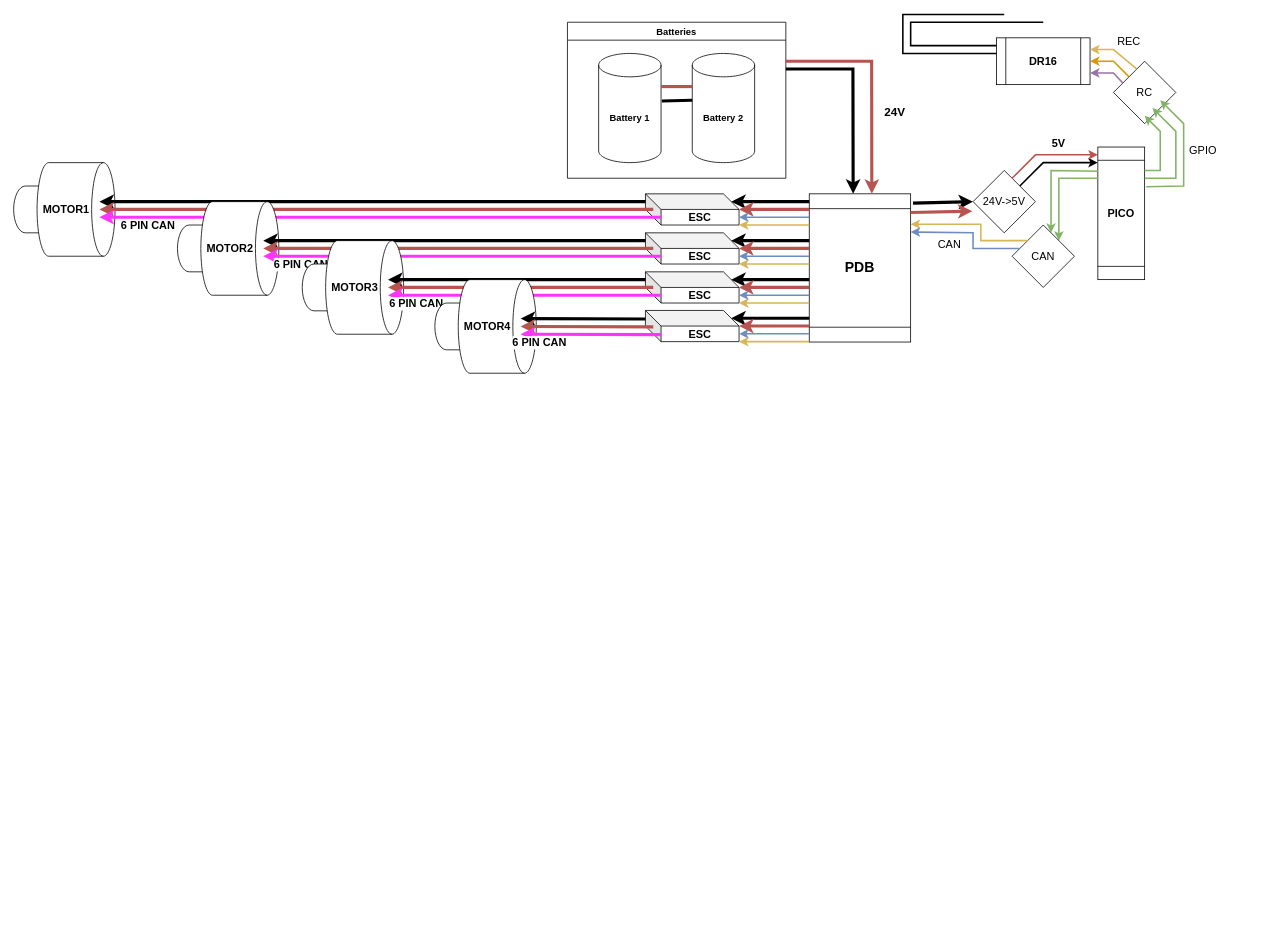
Earlier version of the draw.io diagram images/Untitled Diagram.drawio (JHeflinger/RM-SOFTWARE-TUTORIAL). Source tidied: cells renumbered, new cells numbered last; positions are measured from the earlier drawing's top-left corner, leaving out a move shared by most shapes. Both pictures are drawn from the tidied source at 78%, with x=0, y=0 at pixel (13, 14).
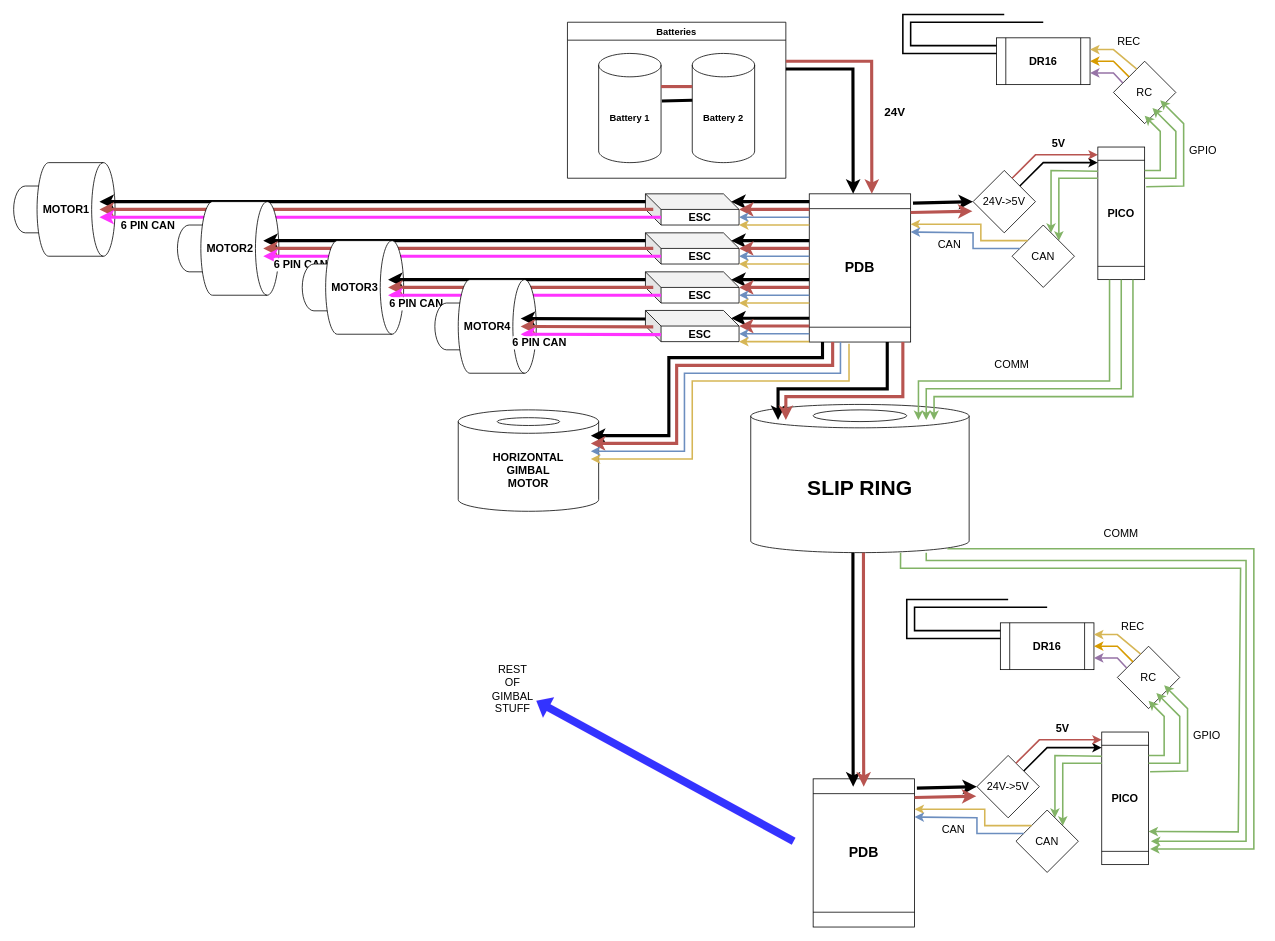
The same diagram, later.

The change refers to these unchanged cells:
```xml
<mxCell id="7" value="&lt;font style=&quot;font-size: 18px;&quot;&gt;&lt;b&gt;PDB&lt;/b&gt;&lt;/font&gt;" style="shape=process;whiteSpace=wrap;html=1;backgroundOutline=1;direction=south;" parent="1" vertex="1">
  <mxGeometry x="1020" y="230" width="130" height="190" as="geometry" />
</mxCell>
<mxCell id="17" value="&lt;b&gt;PICO&lt;/b&gt;" style="shape=process;whiteSpace=wrap;html=1;backgroundOutline=1;fontSize=14;direction=south;" parent="1" vertex="1">
  <mxGeometry x="1390" y="170" width="60" height="170" as="geometry" />
</mxCell>
```

What changed in the source:
```diff
@@
+    <mxCell id="80" value="&lt;div&gt;&lt;b&gt;HORIZONTAL&lt;/b&gt;&lt;/div&gt;&lt;div&gt;&lt;b&gt;GIMBAL&lt;/b&gt;&lt;/div&gt;&lt;div&gt;&lt;b&gt;MOTOR&lt;br&gt;&lt;/b&gt;&lt;/div&gt;" style="shape=cylinder3;whiteSpace=wrap;html=1;boundedLbl=1;backgroundOutline=1;size=15;fontSize=14;" parent="1" vertex="1">
+      <mxGeometry x="570" y="507" width="180" height="130" as="geometry" />
+    </mxCell>
+    <mxCell id="81" style="ellipse;whiteSpace=wrap;html=1;fontSize=14;" parent="1" vertex="1">
+      <mxGeometry x="620" y="517" width="80" height="10" as="geometry" />
+    </mxCell>
@@
+    <mxCell id="82" value="&lt;font style=&quot;font-size: 27px;&quot;&gt;&lt;b&gt;SLIP RING&lt;/b&gt;&lt;/font&gt;" style="shape=cylinder3;whiteSpace=wrap;html=1;boundedLbl=1;backgroundOutline=1;size=15;fontSize=14;" parent="1" vertex="1">
+      <mxGeometry x="945" y="500" width="280" height="190" as="geometry" />
+    </mxCell>
+    <mxCell id="83" style="ellipse;whiteSpace=wrap;html=1;fontSize=27;" parent="1" vertex="1">
+      <mxGeometry x="1025" y="507" width="120" height="15" as="geometry" />
+    </mxCell>
+    <mxCell id="84" style="endArrow=classic;html=1;rounded=0;fontSize=14;strokeWidth=4;" parent="1" edge="1">
+      <mxGeometry relative="1" as="geometry">
+        <mxPoint x="1120" y="420" as="sourcePoint" />
+        <mxPoint x="980" y="520" as="targetPoint" />
+        <Array as="points">
+          <mxPoint x="1120" y="480" />
+          <mxPoint x="980" y="480" />
+        </Array>
+      </mxGeometry>
+    </mxCell>
+    <mxCell id="85" style="endArrow=classic;html=1;rounded=0;fontSize=14;strokeWidth=4;fillColor=#f8cecc;strokeColor=#b85450;" parent="1" edge="1">
+      <mxGeometry relative="1" as="geometry">
+        <mxPoint x="1140" y="420" as="sourcePoint" />
+        <mxPoint x="990" y="520" as="targetPoint" />
+        <Array as="points">
+          <mxPoint x="1140" y="490" />
+          <mxPoint x="990" y="490" />
+        </Array>
+      </mxGeometry>
+    </mxCell>
+    <mxCell id="86" style="endArrow=classic;html=1;rounded=0;fontSize=14;endSize=6;strokeWidth=2;jumpSize=6;fillColor=#d5e8d4;strokeColor=#82b366;exitX=1;exitY=0.75;exitDx=0;exitDy=0;" parent="1" edge="1" source="17">
+      <mxGeometry relative="1" as="geometry">
+        <mxPoint x="1160" y="520" as="targetPoint" />
+        <Array as="points">
+          <mxPoint x="1405" y="470" />
+          <mxPoint x="1160" y="470" />
+        </Array>
+      </mxGeometry>
+    </mxCell>
+    <mxCell id="87" style="endArrow=classic;html=1;rounded=0;fontSize=14;endSize=6;strokeWidth=2;jumpSize=6;fillColor=#d5e8d4;strokeColor=#82b366;exitX=1;exitY=0.5;exitDx=0;exitDy=0;" parent="1" edge="1" source="17">
+      <mxGeometry relative="1" as="geometry">
+        <mxPoint x="1170" y="520" as="targetPoint" />
+        <Array as="points">
+          <mxPoint x="1420" y="480" />
+          <mxPoint x="1170" y="480" />
+        </Array>
+      </mxGeometry>
+    </mxCell>
+    <mxCell id="88" style="endArrow=classic;html=1;rounded=0;fontSize=14;endSize=6;strokeWidth=2;jumpSize=6;fillColor=#d5e8d4;strokeColor=#82b366;exitX=1;exitY=0.25;exitDx=0;exitDy=0;" parent="1" edge="1" source="17">
+      <mxGeometry relative="1" as="geometry">
+        <mxPoint x="1180" y="520" as="targetPoint" />
+        <Array as="points">
+          <mxPoint x="1435" y="490" />
+          <mxPoint x="1180" y="490" />
+        </Array>
+      </mxGeometry>
+    </mxCell>
+    <mxCell id="89" value="&lt;font style=&quot;font-size: 14px;&quot;&gt;COMM&lt;/font&gt;" style="text;html=1;strokeColor=none;fillColor=none;align=center;verticalAlign=middle;whiteSpace=wrap;rounded=0;fontSize=27;" parent="1" vertex="1">
+      <mxGeometry x="1250" y="430" width="60" height="30" as="geometry" />
+    </mxCell>
+    <mxCell id="90" value="&lt;font style=&quot;font-size: 18px;&quot;&gt;&lt;b&gt;PDB&lt;/b&gt;&lt;/font&gt;" style="shape=process;whiteSpace=wrap;html=1;backgroundOutline=1;direction=south;" parent="1" vertex="1">
+      <mxGeometry x="1025" y="980" width="130" height="190" as="geometry" />
+    </mxCell>
+    <mxCell id="91" style="endArrow=classic;html=1;rounded=0;fontSize=14;strokeWidth=4;exitX=0.063;exitY=-0.023;exitDx=0;exitDy=0;exitPerimeter=0;" parent="1" edge="1" source="90">
+      <mxGeometry relative="1" as="geometry">
+        <mxPoint x="1235" y="990" as="targetPoint" />
+      </mxGeometry>
+    </mxCell>
+    <mxCell id="92" style="endArrow=classic;html=1;rounded=0;fontSize=14;strokeWidth=4;entryX=0;entryY=0.25;entryDx=0;entryDy=0;fillColor=#f8cecc;strokeColor=#b85450;exitX=0.126;exitY=0;exitDx=0;exitDy=0;exitPerimeter=0;" parent="1" edge="1" source="90">
+      <mxGeometry relative="1" as="geometry">
+        <mxPoint x="1234.2" y="1002.2" as="targetPoint" />
+      </mxGeometry>
+    </mxCell>
+    <mxCell id="93" value="24V-&amp;gt;5V" style="rhombus;whiteSpace=wrap;html=1;fontSize=14;" parent="1" vertex="1">
+      <mxGeometry x="1235" y="950" width="80" height="80" as="geometry" />
+    </mxCell>
+    <mxCell id="94" style="endArrow=classic;html=1;rounded=0;fontSize=14;strokeWidth=2;endSize=6;jumpSize=6;" parent="1" edge="1" source="93">
+      <mxGeometry relative="1" as="geometry">
+        <mxPoint x="1395" y="940" as="targetPoint" />
+        <Array as="points">
+          <mxPoint x="1325" y="940" />
+        </Array>
+      </mxGeometry>
+    </mxCell>
+    <mxCell id="95" style="endArrow=classic;html=1;rounded=0;fontSize=14;strokeWidth=2;endSize=6;jumpSize=6;fillColor=#f8cecc;strokeColor=#b85450;" parent="1" edge="1">
+      <mxGeometry relative="1" as="geometry">
+        <mxPoint x="1285" y="960" as="sourcePoint" />
+        <mxPoint x="1395" y="930" as="targetPoint" />
+        <Array as="points">
+          <mxPoint x="1315" y="930" />
+        </Array>
+      </mxGeometry>
+    </mxCell>
+    <mxCell id="96" value="&lt;b&gt;5V&lt;/b&gt;" style="text;html=1;strokeColor=none;fillColor=none;align=center;verticalAlign=middle;whiteSpace=wrap;rounded=0;fontSize=14;" parent="1" vertex="1">
+      <mxGeometry x="1315" y="900" width="60" height="30" as="geometry" />
+    </mxCell>
+    <mxCell id="97" value="&lt;b&gt;PICO&lt;/b&gt;" style="shape=process;whiteSpace=wrap;html=1;backgroundOutline=1;fontSize=14;direction=south;" parent="1" vertex="1">
+      <mxGeometry x="1395" y="920" width="60" height="170" as="geometry" />
+    </mxCell>
+    <mxCell id="98" style="endArrow=classic;html=1;rounded=0;fontSize=14;endSize=6;strokeWidth=2;jumpSize=6;exitX=0.182;exitY=1;exitDx=0;exitDy=0;exitPerimeter=0;fillColor=#d5e8d4;strokeColor=#82b366;" parent="1" edge="1" source="97">
+      <mxGeometry relative="1" as="geometry">
+        <mxPoint x="1335" y="1030" as="targetPoint" />
+        <Array as="points">
+          <mxPoint x="1335" y="950" />
+        </Array>
+      </mxGeometry>
+    </mxCell>
+    <mxCell id="99" style="endArrow=classic;html=1;rounded=0;fontSize=14;endSize=6;strokeWidth=2;jumpSize=6;fillColor=#d5e8d4;strokeColor=#82b366;" parent="1" edge="1">
+      <mxGeometry relative="1" as="geometry">
+        <mxPoint x="1395" y="960" as="sourcePoint" />
+        <mxPoint x="1345" y="1040" as="targetPoint" />
+        <Array as="points">
+          <mxPoint x="1345" y="960" />
+        </Array>
+      </mxGeometry>
+    </mxCell>
+    <mxCell id="100" value="CAN " style="rhombus;whiteSpace=wrap;html=1;fontSize=14;" parent="1" vertex="1">
+      <mxGeometry x="1285" y="1020" width="80" height="80" as="geometry" />
+    </mxCell>
+    <mxCell id="101" style="endArrow=classic;html=1;rounded=0;fontSize=14;endSize=6;strokeWidth=2;jumpSize=6;exitX=0;exitY=0;exitDx=0;exitDy=0;fillColor=#fff2cc;strokeColor=#d6b656;" parent="1" edge="1" source="100">
+      <mxGeometry relative="1" as="geometry">
+        <mxPoint x="1155" y="1019" as="targetPoint" />
+        <Array as="points">
+          <mxPoint x="1245" y="1040" />
+          <mxPoint x="1245" y="1019" />
+        </Array>
+      </mxGeometry>
+    </mxCell>
+    <mxCell id="102" style="endArrow=classic;html=1;rounded=0;fontSize=14;endSize=6;strokeWidth=2;jumpSize=6;fillColor=#dae8fc;strokeColor=#6c8ebf;" parent="1" edge="1">
+      <mxGeometry relative="1" as="geometry">
+        <mxPoint x="1295" y="1050" as="sourcePoint" />
+        <mxPoint x="1155" y="1029" as="targetPoint" />
+        <Array as="points">
+          <mxPoint x="1235" y="1050" />
+          <mxPoint x="1235" y="1030" />
+        </Array>
+      </mxGeometry>
+    </mxCell>
+    <mxCell id="103" value="RC" style="rhombus;whiteSpace=wrap;html=1;fontSize=14;" parent="1" vertex="1">
+      <mxGeometry x="1415" y="810" width="80" height="80" as="geometry" />
+    </mxCell>
+    <mxCell id="104" style="endArrow=classic;html=1;rounded=0;fontSize=14;endSize=6;strokeWidth=2;jumpSize=6;fillColor=#d5e8d4;strokeColor=#82b366;" parent="1" edge="1">
+      <mxGeometry relative="1" as="geometry">
+        <mxPoint x="1455" y="950" as="sourcePoint" />
+        <mxPoint x="1455" y="880" as="targetPoint" />
+        <Array as="points">
+          <mxPoint x="1475" y="950" />
+          <mxPoint x="1475" y="900" />
+        </Array>
+      </mxGeometry>
+    </mxCell>
+    <mxCell id="105" style="endArrow=classic;html=1;rounded=0;fontSize=14;endSize=6;strokeWidth=2;jumpSize=6;fillColor=#d5e8d4;strokeColor=#82b366;" parent="1" edge="1">
+      <mxGeometry relative="1" as="geometry">
+        <mxPoint x="1455" y="960" as="sourcePoint" />
+        <mxPoint x="1465" y="870" as="targetPoint" />
+        <Array as="points">
+          <mxPoint x="1495" y="960" />
+          <mxPoint x="1495" y="900" />
+        </Array>
+      </mxGeometry>
+    </mxCell>
+    <mxCell id="106" style="endArrow=classic;html=1;rounded=0;fontSize=14;endSize=6;strokeWidth=2;jumpSize=6;exitX=0.3;exitY=-0.033;exitDx=0;exitDy=0;exitPerimeter=0;fillColor=#d5e8d4;strokeColor=#82b366;" parent="1" edge="1" source="97">
+      <mxGeometry relative="1" as="geometry">
+        <mxPoint x="1475" y="860" as="targetPoint" />
+        <Array as="points">
+          <mxPoint x="1505" y="970" />
+          <mxPoint x="1505" y="890" />
+        </Array>
+      </mxGeometry>
+    </mxCell>
+    <mxCell id="107" value="&lt;b&gt;DR16&lt;/b&gt;" style="shape=process;whiteSpace=wrap;html=1;backgroundOutline=1;fontSize=14;" parent="1" vertex="1">
+      <mxGeometry x="1265" y="780" width="120" height="60" as="geometry" />
+    </mxCell>
+    <mxCell id="108" style="endArrow=none;html=1;rounded=0;fontSize=14;endSize=6;strokeWidth=2;jumpSize=6;" parent="1" edge="1">
+      <mxGeometry relative="1" as="geometry">
+        <mxPoint x="1325" y="760" as="sourcePoint" />
+        <mxPoint x="1265" y="790" as="targetPoint" />
+        <Array as="points">
+          <mxPoint x="1155" y="760" />
+          <mxPoint x="1155" y="790" />
+        </Array>
+      </mxGeometry>
+    </mxCell>
+    <mxCell id="109" style="endArrow=none;html=1;rounded=0;fontSize=14;endSize=6;strokeWidth=2;jumpSize=6;" parent="1" edge="1">
+      <mxGeometry relative="1" as="geometry">
+        <mxPoint x="1275" y="750" as="sourcePoint" />
+        <mxPoint x="1265" y="800" as="targetPoint" />
+        <Array as="points">
+          <mxPoint x="1145" y="750" />
+          <mxPoint x="1145" y="800" />
+        </Array>
+      </mxGeometry>
+    </mxCell>
+    <mxCell id="110" style="endArrow=classic;html=1;rounded=0;fontSize=14;endSize=6;strokeWidth=2;jumpSize=6;entryX=1;entryY=0.25;entryDx=0;entryDy=0;fillColor=#fff2cc;strokeColor=#d6b656;" parent="1" edge="1" target="107">
+      <mxGeometry relative="1" as="geometry">
+        <mxPoint x="1445" y="820" as="sourcePoint" />
+        <Array as="points">
+          <mxPoint x="1415" y="795" />
+        </Array>
+      </mxGeometry>
+    </mxCell>
+    <mxCell id="111" style="endArrow=classic;html=1;rounded=0;fontSize=14;endSize=6;strokeWidth=2;jumpSize=6;exitX=0;exitY=0;exitDx=0;exitDy=0;entryX=1;entryY=0.5;entryDx=0;entryDy=0;fillColor=#ffe6cc;strokeColor=#d79b00;" parent="1" edge="1" source="103" target="107">
+      <mxGeometry relative="1" as="geometry">
+        <Array as="points">
+          <mxPoint x="1415" y="810" />
+        </Array>
+      </mxGeometry>
+    </mxCell>
+    <mxCell id="112" style="endArrow=classic;html=1;rounded=0;fontSize=14;endSize=6;strokeWidth=2;jumpSize=6;exitX=0.15;exitY=0.35;exitDx=0;exitDy=0;exitPerimeter=0;entryX=1;entryY=0.75;entryDx=0;entryDy=0;fillColor=#e1d5e7;strokeColor=#9673a6;" parent="1" edge="1" source="103" target="107">
+      <mxGeometry relative="1" as="geometry">
+        <Array as="points">
+          <mxPoint x="1415" y="825" />
+        </Array>
+      </mxGeometry>
+    </mxCell>
+    <mxCell id="113" value="REC" style="text;html=1;strokeColor=none;fillColor=none;align=center;verticalAlign=middle;whiteSpace=wrap;rounded=0;fontSize=14;" parent="1" vertex="1">
+      <mxGeometry x="1405" y="770" width="60" height="30" as="geometry" />
+    </mxCell>
+    <mxCell id="114" value="CAN" style="text;html=1;strokeColor=none;fillColor=none;align=center;verticalAlign=middle;whiteSpace=wrap;rounded=0;fontSize=14;" parent="1" vertex="1">
+      <mxGeometry x="1175" y="1030" width="60" height="30" as="geometry" />
+    </mxCell>
+    <mxCell id="115" value="GPIO" style="text;html=1;strokeColor=none;fillColor=none;align=center;verticalAlign=middle;whiteSpace=wrap;rounded=0;fontSize=14;" parent="1" vertex="1">
+      <mxGeometry x="1500" y="910" width="60" height="30" as="geometry" />
+    </mxCell>
+    <mxCell id="116" style="endArrow=classic;html=1;rounded=0;fontSize=14;endSize=6;strokeWidth=4;jumpSize=6;entryX=0;entryY=0;entryDx=110;entryDy=10;entryPerimeter=0;" parent="1" edge="1">
+      <mxGeometry relative="1" as="geometry">
+        <mxPoint x="1037" y="420" as="sourcePoint" />
+        <mxPoint x="740" y="540" as="targetPoint" />
+        <Array as="points">
+          <mxPoint x="1037" y="440" />
+          <mxPoint x="840" y="440" />
+          <mxPoint x="840" y="540" />
+        </Array>
+      </mxGeometry>
+    </mxCell>
+    <mxCell id="117" style="endArrow=classic;html=1;rounded=0;fontSize=14;endSize=6;strokeWidth=4;jumpSize=6;fillColor=#f8cecc;strokeColor=#b85450;" parent="1" edge="1">
+      <mxGeometry relative="1" as="geometry">
+        <mxPoint x="1050" y="420" as="sourcePoint" />
+        <mxPoint x="740" y="550" as="targetPoint" />
+        <Array as="points">
+          <mxPoint x="1050" y="450" />
+          <mxPoint x="850" y="450" />
+          <mxPoint x="850" y="550" />
+        </Array>
+      </mxGeometry>
+    </mxCell>
+    <mxCell id="118" style="endArrow=classic;html=1;rounded=0;fontSize=14;endSize=6;strokeWidth=2;jumpSize=6;fillColor=#dae8fc;strokeColor=#6c8ebf;exitX=1;exitY=0.692;exitDx=0;exitDy=0;exitPerimeter=0;" parent="1" edge="1" source="7">
+      <mxGeometry relative="1" as="geometry">
+        <mxPoint x="740" y="560" as="targetPoint" />
+        <Array as="points">
+          <mxPoint x="1060" y="460" />
+          <mxPoint x="860" y="460" />
+          <mxPoint x="860" y="560" />
+        </Array>
+      </mxGeometry>
+    </mxCell>
+    <mxCell id="119" style="endArrow=classic;html=1;rounded=0;fontSize=14;endSize=6;strokeWidth=2;jumpSize=6;fillColor=#fff2cc;strokeColor=#d6b656;exitX=1.011;exitY=0.608;exitDx=0;exitDy=0;exitPerimeter=0;" parent="1" edge="1" source="7">
+      <mxGeometry relative="1" as="geometry">
+        <mxPoint x="740" y="570" as="targetPoint" />
+        <Array as="points">
+          <mxPoint x="1071" y="470" />
+          <mxPoint x="870" y="470" />
+          <mxPoint x="870" y="570" />
+        </Array>
+      </mxGeometry>
+    </mxCell>
+    <mxCell id="120" style="endArrow=classic;html=1;rounded=0;strokeWidth=4;entryX=0;entryY=0.567;entryDx=0;entryDy=0;entryPerimeter=0;" parent="1" edge="1">
+      <mxGeometry relative="1" as="geometry">
+        <mxPoint x="1076" y="690" as="sourcePoint" />
+        <mxPoint x="1076.3" y="990" as="targetPoint" />
+        <Array as="points">
+          <mxPoint x="1076" y="830" />
+        </Array>
+      </mxGeometry>
+    </mxCell>
+    <mxCell id="121" style="endArrow=classic;html=1;rounded=0;strokeWidth=4;entryX=0;entryY=0.567;entryDx=0;entryDy=0;entryPerimeter=0;fillColor=#f8cecc;strokeColor=#b85450;" parent="1" edge="1">
+      <mxGeometry relative="1" as="geometry">
+        <mxPoint x="1089.5" y="690" as="sourcePoint" />
+        <mxPoint x="1089.8" y="990" as="targetPoint" />
+        <Array as="points">
+          <mxPoint x="1089.5" y="830" />
+        </Array>
+      </mxGeometry>
+    </mxCell>
+    <mxCell id="122" style="endArrow=classic;html=1;rounded=0;fontSize=14;endSize=6;strokeWidth=2;jumpSize=6;fillColor=#d5e8d4;strokeColor=#82b366;exitX=0.9;exitY=0.974;exitDx=0;exitDy=0;exitPerimeter=0;entryX=0.882;entryY=-0.033;entryDx=0;entryDy=0;entryPerimeter=0;" parent="1" edge="1" source="82" target="97">
+      <mxGeometry relative="1" as="geometry">
+        <Array as="points">
+          <mxPoint x="1590" y="685" />
+          <mxPoint x="1590" y="1070" />
+        </Array>
+      </mxGeometry>
+    </mxCell>
+    <mxCell id="123" style="endArrow=classic;html=1;rounded=0;fontSize=14;endSize=6;strokeWidth=2;jumpSize=6;fillColor=#d5e8d4;strokeColor=#82b366;entryX=0.824;entryY=-0.05;entryDx=0;entryDy=0;entryPerimeter=0;" parent="1" edge="1" target="97">
+      <mxGeometry relative="1" as="geometry">
+        <mxPoint x="1170" y="690" as="sourcePoint" />
+        <Array as="points">
+          <mxPoint x="1170" y="700" />
+          <mxPoint x="1580" y="700" />
+          <mxPoint x="1580" y="1060" />
+        </Array>
+      </mxGeometry>
+    </mxCell>
+    <mxCell id="124" style="endArrow=classic;html=1;rounded=0;fontSize=14;endSize=6;strokeWidth=2;jumpSize=6;fillColor=#d5e8d4;strokeColor=#82b366;entryX=0.75;entryY=0;entryDx=0;entryDy=0;exitX=0.686;exitY=1;exitDx=0;exitDy=0;exitPerimeter=0;" parent="1" edge="1" source="82" target="97">
+      <mxGeometry relative="1" as="geometry">
+        <Array as="points">
+          <mxPoint x="1137" y="710" />
+          <mxPoint x="1573" y="710" />
+          <mxPoint x="1570" y="1048" />
+        </Array>
+      </mxGeometry>
+    </mxCell>
+    <mxCell id="125" value="COMM" style="text;html=1;strokeColor=none;fillColor=none;align=center;verticalAlign=middle;whiteSpace=wrap;rounded=0;fontSize=14;" parent="1" vertex="1">
+      <mxGeometry x="1390" y="650" width="60" height="30" as="geometry" />
+    </mxCell>
+    <mxCell id="126" style="shape=flexArrow;endArrow=classic;html=1;rounded=0;fontSize=14;endSize=6;strokeColor=#FF33FF;strokeWidth=0;fillColor=#3333FF;jumpSize=6;" parent="1" edge="1">
+      <mxGeometry relative="1" as="geometry">
+        <mxPoint x="1000" y="1060" as="sourcePoint" />
+        <mxPoint x="670" y="880" as="targetPoint" />
+      </mxGeometry>
+    </mxCell>
+    <mxCell id="127" value="REST OF GIMBAL STUFF" style="text;html=1;strokeColor=none;fillColor=none;align=center;verticalAlign=middle;whiteSpace=wrap;rounded=0;fontSize=14;" parent="1" vertex="1">
+      <mxGeometry x="610" y="850" width="60" height="30" as="geometry" />
+    </mxCell>
```
